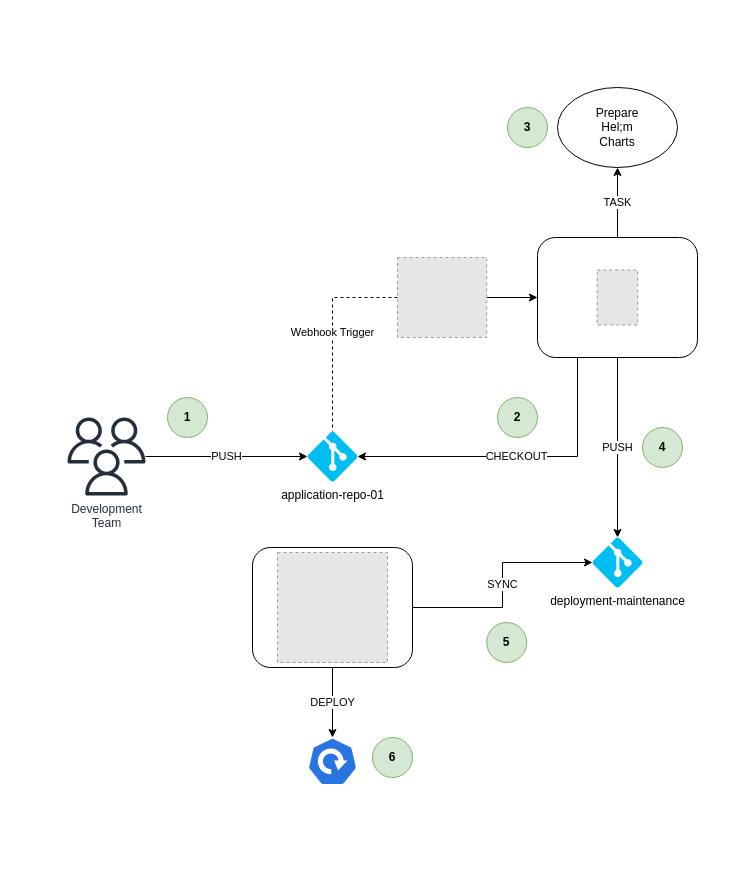
This is page "CI and CD Steps" (2 of 2) of lab_setup.drawio from nicc777/kubernetes-cicd-lab-local, a draw.io file, before an edit. Source tidied: cells renumbered, new cells numbered last; positions are measured from the earlier drawing's top-left corner, leaving out a move shared by most shapes. Both pictures are drawn from the tidied source at 100%, with x=0, y=0 at pixel (17, 17). Pictures stored in the file or linked from it are replaced by grey dashed boxes.
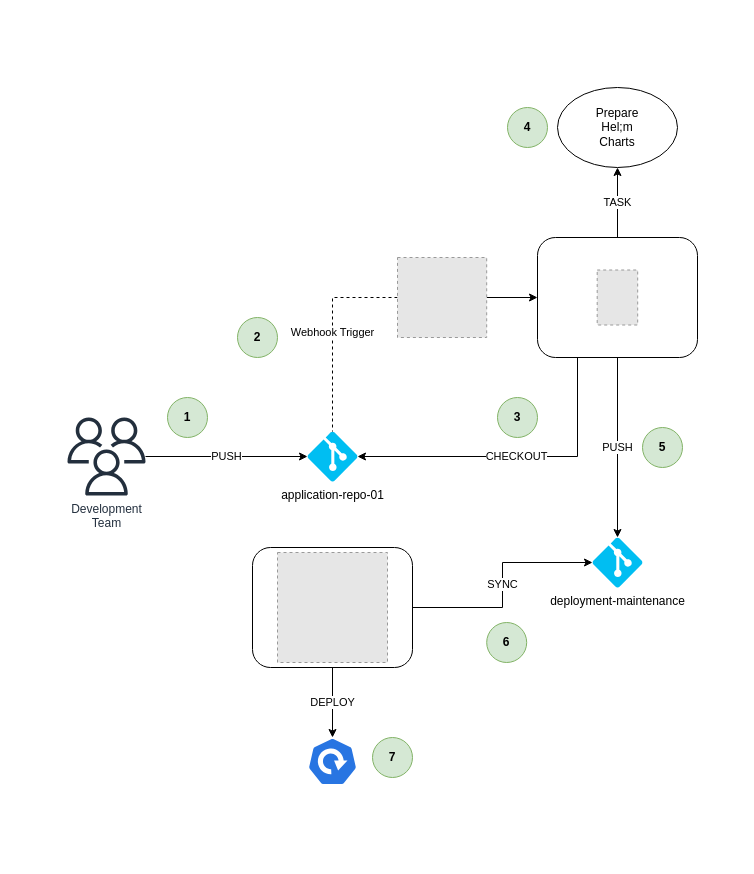
The same diagram, later.

Commit message (it also covers changes not shown here):
doc: documented tasks

Diff of the diagram source:
```diff
@@
-    <mxCell id="21" value="&lt;b&gt;2&lt;/b&gt;" style="ellipse;whiteSpace=wrap;html=1;fillColor=#d5e8d4;strokeColor=#82b366;" parent="1" vertex="1">
+    <mxCell id="21" value="&lt;b&gt;3&lt;/b&gt;" style="ellipse;whiteSpace=wrap;html=1;fillColor=#d5e8d4;strokeColor=#82b366;" parent="1" vertex="1">
       <mxGeometry x="480" y="380" width="40" height="40" as="geometry" />
     </mxCell>
-    <mxCell id="22" value="&lt;b&gt;3&lt;/b&gt;" style="ellipse;whiteSpace=wrap;html=1;fillColor=#d5e8d4;strokeColor=#82b366;" parent="1" vertex="1">
+    <mxCell id="22" value="&lt;b&gt;4&lt;/b&gt;" style="ellipse;whiteSpace=wrap;html=1;fillColor=#d5e8d4;strokeColor=#82b366;" parent="1" vertex="1">
       <mxGeometry x="490" y="90" width="40" height="40" as="geometry" />
     </mxCell>
-    <mxCell id="23" value="&lt;b&gt;4&lt;/b&gt;" style="ellipse;whiteSpace=wrap;html=1;fillColor=#d5e8d4;strokeColor=#82b366;" parent="1" vertex="1">
+    <mxCell id="23" value="&lt;b&gt;5&lt;/b&gt;" style="ellipse;whiteSpace=wrap;html=1;fillColor=#d5e8d4;strokeColor=#82b366;" parent="1" vertex="1">
       <mxGeometry x="625" y="410" width="40" height="40" as="geometry" />
     </mxCell>
-    <mxCell id="24" value="&lt;b&gt;5&lt;/b&gt;" style="ellipse;whiteSpace=wrap;html=1;fillColor=#d5e8d4;strokeColor=#82b366;" parent="1" vertex="1">
+    <mxCell id="24" value="&lt;b&gt;6&lt;/b&gt;" style="ellipse;whiteSpace=wrap;html=1;fillColor=#d5e8d4;strokeColor=#82b366;" parent="1" vertex="1">
       <mxGeometry x="469.2" y="605" width="40" height="40" as="geometry" />
     </mxCell>
-    <mxCell id="25" value="&lt;b&gt;6&lt;/b&gt;" style="ellipse;whiteSpace=wrap;html=1;fillColor=#d5e8d4;strokeColor=#82b366;" parent="1" vertex="1">
+    <mxCell id="25" value="&lt;b&gt;7&lt;/b&gt;" style="ellipse;whiteSpace=wrap;html=1;fillColor=#d5e8d4;strokeColor=#82b366;" parent="1" vertex="1">
       <mxGeometry x="355" y="720" width="40" height="40" as="geometry" />
     </mxCell>
@@
+    <mxCell id="27" value="&lt;b&gt;2&lt;/b&gt;" style="ellipse;whiteSpace=wrap;html=1;fillColor=#d5e8d4;strokeColor=#82b366;" parent="1" vertex="1">
+      <mxGeometry x="220" y="300" width="40" height="40" as="geometry" />
+    </mxCell>
```
